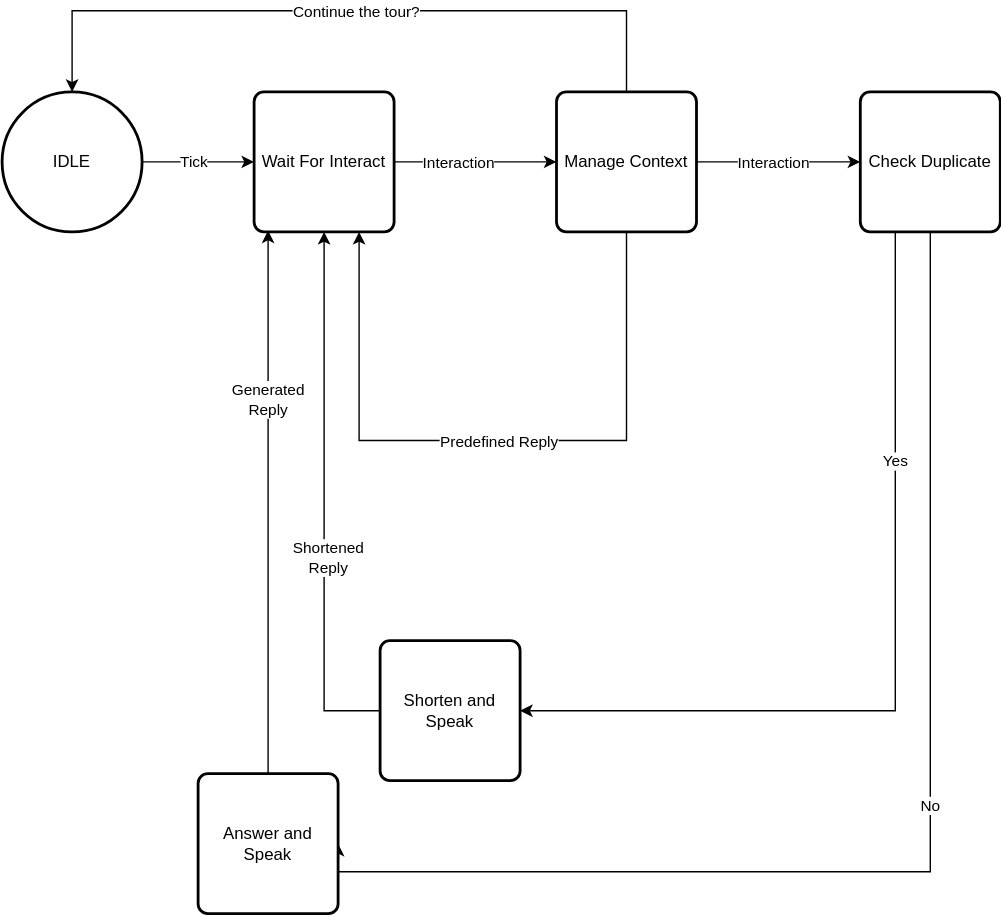
Before: src/skills/dialog_skill/images/Dialog_pipeline.drawio.svg, a diagram exported from draw.io (convince-project/UC3). Source tidied: cells renumbered, new cells last; positions are measured from the earlier drawing's top-left corner, leaving out a move shared by most shapes.
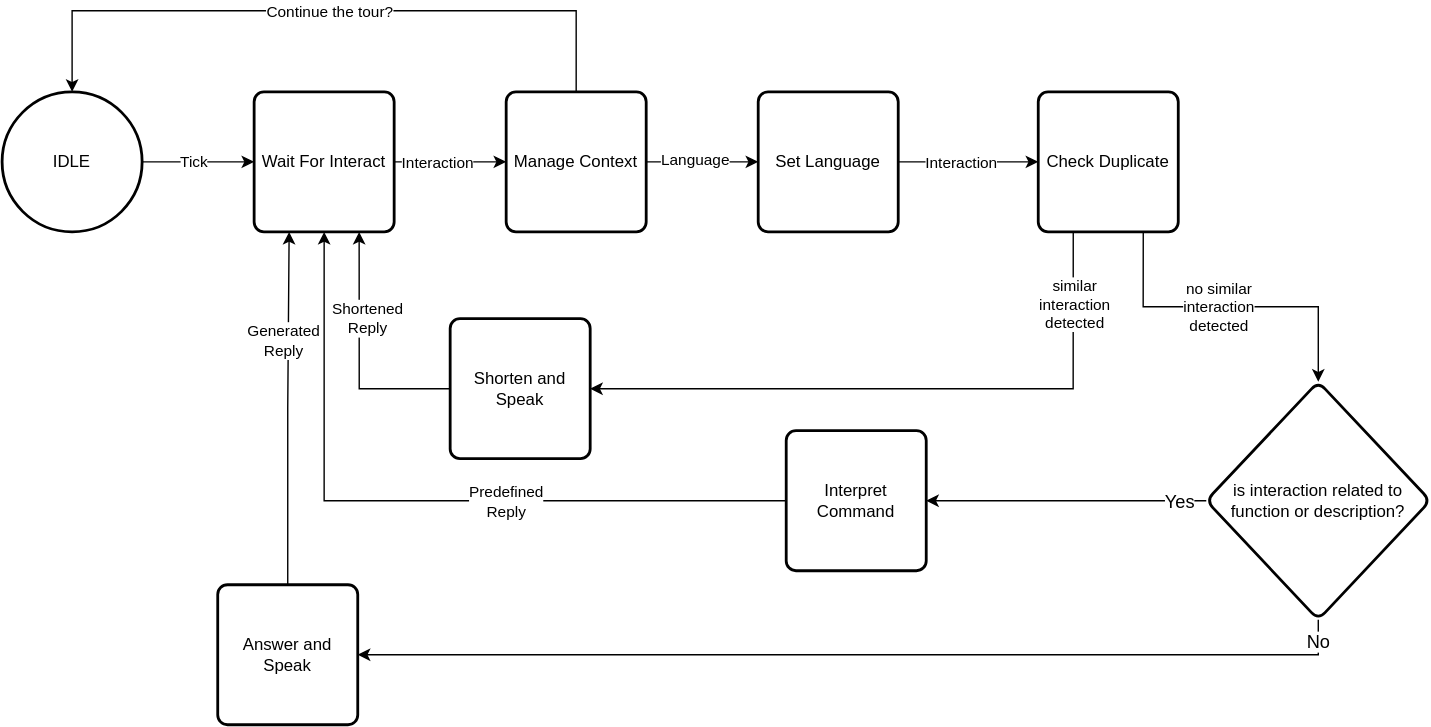
After the commit.

Diff of the diagram source:
```diff
@@ -11,7 +11,7 @@
     <mxCell id="4" value="IDLE" style="strokeWidth=2;html=1;shape=mxgraph.flowchart.start_2;whiteSpace=wrap;" parent="1" vertex="1">
       <mxGeometry y="58" width="100" height="100" as="geometry" />
     </mxCell>
-    <mxCell id="5" style="edgeStyle=orthogonalEdgeStyle;rounded=0;jettySize=auto;html=1;" parent="1" edge="1" source="23" target="12">
+    <mxCell id="5" style="edgeStyle=orthogonalEdgeStyle;rounded=0;jettySize=auto;html=1;" parent="1" edge="1" source="31" target="12">
       <mxGeometry relative="1" as="geometry" />
     </mxCell>
     <mxCell id="6" value="Interaction" style="edgeLabel;html=1;align=center;verticalAlign=middle;" parent="5" vertex="1">
@@ -22,50 +22,64 @@
     <mxCell id="7" value="Wait For Interact" style="rounded=1;whiteSpace=wrap;html=1;absoluteArcSize=1;arcSize=14;strokeWidth=2;" parent="1" vertex="1">
       <mxGeometry x="180" y="58" width="100" height="100" as="geometry" />
     </mxCell>
-    <mxCell id="8" style="edgeStyle=orthogonalEdgeStyle;rounded=0;jettySize=auto;html=1;entryX=1;entryY=0.5;entryDx=0;entryDy=0;" parent="1" edge="1" source="12" target="14">
+    <mxCell id="8" style="edgeStyle=orthogonalEdgeStyle;rounded=0;jettySize=auto;html=1;entryX=1;entryY=0.5;entryDx=0;entryDy=0;exitX=0.5;exitY=1;exitDx=0;exitDy=0;" parent="1" edge="1" source="32" target="14">
       <mxGeometry relative="1" as="geometry">
         <Array as="points">
-          <mxPoint x="663" y="615" />
+          <mxPoint x="940" y="460" />
         </Array>
       </mxGeometry>
     </mxCell>
-    <mxCell id="9" value="No" style="edgeLabel;html=1;align=center;verticalAlign=middle;" parent="8" vertex="1">
-      <mxGeometry x="-0.09" y="-1" relative="1" as="geometry" />
+    <mxCell id="9" value="&lt;font style=&quot;font-size: 13px;&quot;&gt;No&lt;/font&gt;" style="edgeLabel;html=1;align=center;verticalAlign=middle;" parent="8" vertex="1">
+      <mxGeometry x="-0.09" y="-1" relative="1" as="geometry">
+        <mxPoint x="298" y="-9" as="offset" />
+      </mxGeometry>
     </mxCell>
-    <mxCell id="10" style="edgeStyle=orthogonalEdgeStyle;rounded=0;jettySize=auto;html=1;exitX=0.25;exitY=1;exitDx=0;exitDy=0;entryX=1;entryY=0.5;entryDx=0;entryDy=0;" parent="1" edge="1" source="12" target="13">
+    <mxCell id="10" style="edgeStyle=orthogonalEdgeStyle;rounded=0;jettySize=auto;html=1;entryX=1;entryY=0.5;entryDx=0;entryDy=0;exitX=0.25;exitY=1;exitDx=0;exitDy=0;" parent="1" edge="1" source="12" target="13">
       <mxGeometry relative="1" as="geometry">
         <Array as="points">
-          <mxPoint x="638" y="500" />
+          <mxPoint x="765" y="270" />
         </Array>
       </mxGeometry>
     </mxCell>
-    <mxCell id="11" value="Yes" style="edgeLabel;html=1;align=center;verticalAlign=middle;" parent="10" vertex="1">
-      <mxGeometry x="-0.47" y="-1" relative="1" as="geometry" />
-    </mxCell>
+    <mxCell id="26" value="similar&lt;br&gt;interaction&lt;br&gt;detected" style="edgeLabel;html=1;align=center;verticalAlign=middle;" parent="10" vertex="1">
+      <mxGeometry x="-0.77" relative="1" as="geometry" />
+    </mxCell>
+    <mxCell id="27" style="edgeStyle=orthogonalEdgeStyle;rounded=0;jettySize=auto;html=1;exitX=0.75;exitY=1;exitDx=0;exitDy=0;" parent="1" edge="1" source="12" target="32">
+      <mxGeometry relative="1" as="geometry" />
+    </mxCell>
+    <mxCell id="28" value="no similar&lt;br&gt;&lt;div&gt;interaction&lt;/div&gt;&lt;div&gt;detected&lt;/div&gt;" style="edgeLabel;html=1;align=center;verticalAlign=middle;" parent="27" vertex="1">
+      <mxGeometry x="-0.27" y="-4" relative="1" as="geometry">
+        <mxPoint x="22" y="-4" as="offset" />
+      </mxGeometry>
+    </mxCell>
     <mxCell id="12" value="Check Duplicate" style="rounded=1;whiteSpace=wrap;html=1;absoluteArcSize=1;arcSize=14;strokeWidth=2;" parent="1" vertex="1">
-      <mxGeometry x="613" y="58" width="100" height="100" as="geometry" />
+      <mxGeometry x="740" y="58" width="100" height="100" as="geometry" />
     </mxCell>
     <mxCell id="13" value="Shorten and Speak" style="rounded=1;whiteSpace=wrap;html=1;absoluteArcSize=1;arcSize=14;strokeWidth=2;" parent="1" vertex="1">
-      <mxGeometry x="270" y="450" width="100" height="100" as="geometry" />
+      <mxGeometry x="320" y="220" width="100" height="100" as="geometry" />
     </mxCell>
     <mxCell id="14" value="Answer and Speak" style="rounded=1;whiteSpace=wrap;html=1;absoluteArcSize=1;arcSize=14;strokeWidth=2;" parent="1" vertex="1">
-      <mxGeometry x="140" y="545" width="100" height="100" as="geometry" />
+      <mxGeometry x="154" y="410" width="100" height="100" as="geometry" />
     </mxCell>
-    <mxCell id="15" style="edgeStyle=orthogonalEdgeStyle;rounded=0;jettySize=auto;html=1;entryX=0.5;entryY=1;entryDx=0;entryDy=0;" parent="1" edge="1" source="13" target="7">
+    <mxCell id="15" style="edgeStyle=orthogonalEdgeStyle;rounded=0;jettySize=auto;html=1;entryX=0.75;entryY=1;entryDx=0;entryDy=0;exitX=0;exitY=0.5;exitDx=0;exitDy=0;" parent="1" edge="1" source="13" target="7">
       <mxGeometry relative="1" as="geometry">
         <Array as="points">
-          <mxPoint x="230" y="500" />
+          <mxPoint x="255" y="270" />
         </Array>
       </mxGeometry>
     </mxCell>
     <mxCell id="16" value="Shortened&lt;br&gt;Reply" style="edgeLabel;html=1;align=center;verticalAlign=middle;" parent="15" vertex="1">
-      <mxGeometry x="-0.21" y="-2" relative="1" as="geometry" />
+      <mxGeometry x="-0.21" y="-2" relative="1" as="geometry">
+        <mxPoint x="3" y="-46" as="offset" />
+      </mxGeometry>
     </mxCell>
-    <mxCell id="17" style="edgeStyle=orthogonalEdgeStyle;rounded=0;jettySize=auto;html=1;entryX=0.1;entryY=0.99;entryDx=0;entryDy=0;entryPerimeter=0;" parent="1" edge="1" source="14" target="7">
+    <mxCell id="17" style="edgeStyle=orthogonalEdgeStyle;rounded=0;jettySize=auto;html=1;entryX=0.25;entryY=1;entryDx=0;entryDy=0;" parent="1" edge="1" source="14" target="7">
       <mxGeometry relative="1" as="geometry" />
     </mxCell>
     <mxCell id="18" value="Generated&lt;br&gt;Reply" style="edgeLabel;html=1;align=center;verticalAlign=middle;" parent="17" vertex="1">
-      <mxGeometry x="0.38" y="1" relative="1" as="geometry" />
+      <mxGeometry x="0.38" y="1" relative="1" as="geometry">
+        <mxPoint x="-4" as="offset" />
+      </mxGeometry>
     </mxCell>
     <mxCell id="19" style="edgeStyle=orthogonalEdgeStyle;rounded=0;jettySize=auto;html=1;exitX=1;exitY=0.5;exitDx=0;exitDy=0;" parent="1" edge="1" source="7" target="23">
       <mxGeometry relative="1" as="geometry" />
@@ -75,26 +89,16 @@
         <mxPoint y="-3" as="offset" />
       </mxGeometry>
     </mxCell>
-    <mxCell id="21" style="edgeStyle=orthogonalEdgeStyle;rounded=0;jettySize=auto;html=1;entryX=0.75;entryY=1;entryDx=0;entryDy=0;exitX=0.5;exitY=1;exitDx=0;exitDy=0;" parent="1" edge="1" source="23" target="7">
-      <mxGeometry relative="1" as="geometry">
-        <Array as="points">
-          <mxPoint x="446" y="307" />
-          <mxPoint x="255" y="307" />
-        </Array>
-      </mxGeometry>
+    <mxCell id="21" style="edgeStyle=orthogonalEdgeStyle;rounded=0;jettySize=auto;html=1;exitX=0;exitY=0.5;exitDx=0;exitDy=0;entryX=0.5;entryY=1;entryDx=0;entryDy=0;" parent="1" edge="1" source="34" target="7">
+      <mxGeometry relative="1" as="geometry" />
     </mxCell>
-    <mxCell id="22" value="&lt;div&gt;Predefined Reply&lt;/div&gt;" style="edgeLabel;html=1;align=center;verticalAlign=middle;" parent="21" vertex="1">
-      <mxGeometry x="-0.04" y="2" relative="1" as="geometry">
-        <mxPoint x="-6" y="-2" as="offset" />
-      </mxGeometry>
-    </mxCell>
     <mxCell id="23" value="Manage Context" style="rounded=1;whiteSpace=wrap;html=1;absoluteArcSize=1;arcSize=14;strokeWidth=2;" parent="1" vertex="1">
-      <mxGeometry x="396" y="58" width="100" height="100" as="geometry" />
+      <mxGeometry x="360" y="58" width="100" height="100" as="geometry" />
     </mxCell>
     <mxCell id="24" style="edgeStyle=orthogonalEdgeStyle;rounded=0;jettySize=auto;html=1;entryX=0.5;entryY=0;entryDx=0;entryDy=0;entryPerimeter=0;" parent="1" edge="1" source="23" target="4">
       <mxGeometry relative="1" as="geometry">
         <Array as="points">
-          <mxPoint x="446" />
+          <mxPoint x="410" />
           <mxPoint x="50" />
         </Array>
       </mxGeometry>
@@ -102,5 +106,37 @@
     <mxCell id="25" value="&lt;div&gt;Continue the tour?&lt;/div&gt;" style="edgeLabel;html=1;align=center;verticalAlign=middle;" parent="24" vertex="1">
       <mxGeometry x="-0.02" relative="1" as="geometry" />
     </mxCell>
+    <mxCell id="29" style="edgeStyle=orthogonalEdgeStyle;rounded=0;jettySize=auto;html=1;" parent="1" edge="1" source="23" target="31">
+      <mxGeometry relative="1" as="geometry" />
+    </mxCell>
+    <mxCell id="30" value="Language" style="edgeLabel;html=1;align=center;verticalAlign=middle;" parent="29" vertex="1">
+      <mxGeometry x="-0.15" y="2" relative="1" as="geometry" />
+    </mxCell>
+    <mxCell id="31" value="Set Language" style="rounded=1;whiteSpace=wrap;html=1;absoluteArcSize=1;arcSize=14;strokeWidth=2;" parent="1" vertex="1">
+      <mxGeometry x="540" y="58" width="100" height="100" as="geometry" />
+    </mxCell>
+    <mxCell id="32" value="is interaction related to function or description?" style="rhombus;whiteSpace=wrap;html=1;rounded=1;absoluteArcSize=1;arcSize=14;strokeWidth=2;" parent="1" vertex="1">
+      <mxGeometry x="860" y="265" width="160" height="170" as="geometry" />
+    </mxCell>
+    <mxCell id="33" style="edgeStyle=orthogonalEdgeStyle;rounded=0;jettySize=auto;html=1;exitX=0;exitY=0.5;exitDx=0;exitDy=0;entryX=1;entryY=0.5;entryDx=0;entryDy=0;" parent="1" edge="1" source="32" target="34">
+      <mxGeometry relative="1" as="geometry">
+        <Array as="points">
+          <mxPoint x="860" y="350" />
+        </Array>
+      </mxGeometry>
+    </mxCell>
+    <mxCell id="22" value="&lt;div&gt;Predefined&lt;/div&gt;&lt;div&gt;Reply&lt;/div&gt;" style="edgeLabel;html=1;align=center;verticalAlign=middle;" parent="33" vertex="1">
+      <mxGeometry x="-0.04" y="2" relative="1" as="geometry">
+        <mxPoint x="-404" y="-2" as="offset" />
+      </mxGeometry>
+    </mxCell>
+    <mxCell id="11" value="Yes" style="edgeLabel;html=1;align=center;verticalAlign=middle;fontSize=13;" parent="33" vertex="1">
+      <mxGeometry x="-0.89" relative="1" as="geometry">
+        <mxPoint x="-9" as="offset" />
+      </mxGeometry>
+    </mxCell>
+    <mxCell id="34" value="&lt;div&gt;Interpret&lt;/div&gt;&lt;div&gt;Command&lt;/div&gt;" style="rounded=1;whiteSpace=wrap;html=1;absoluteArcSize=1;arcSize=14;strokeWidth=2;" parent="1" vertex="1">
+      <mxGeometry x="560" y="300" width="100" height="100" as="geometry" />
+    </mxCell>
   </root>
 </mxGraphModel>
```
